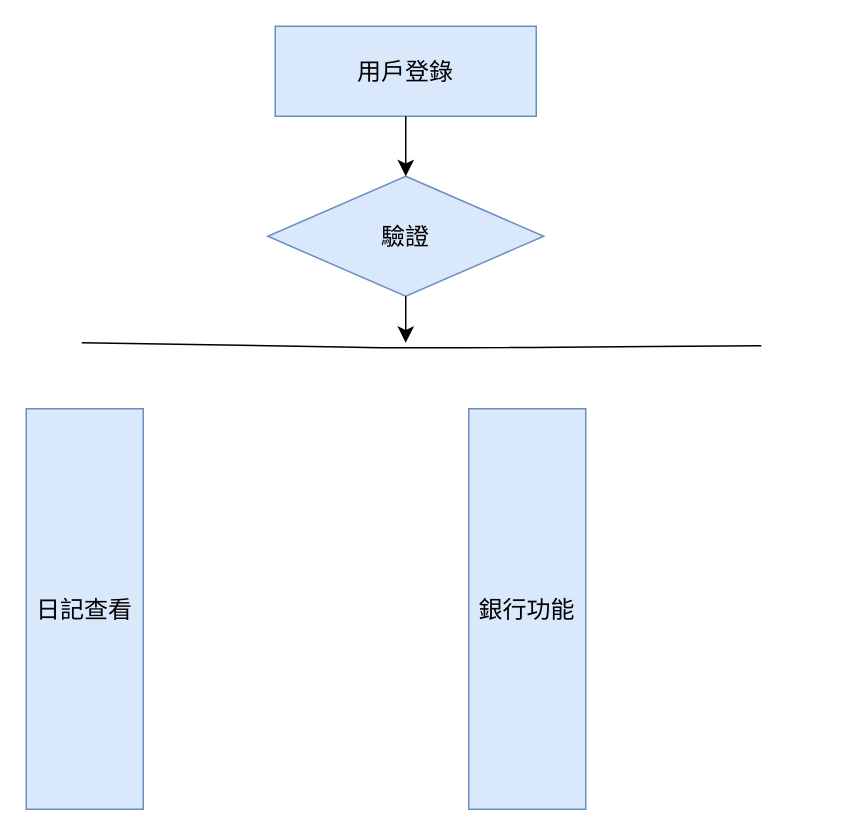
Earlier version of the draw.io diagram 未命名绘图.drawio (s48910649s/11024226-11024231-Final_report). Source tidied: cells renumbered, new cells numbered last; positions are measured from the earlier drawing's top-left corner, leaving out a move shared by most shapes. Both pictures are drawn from the tidied source at 150%, with x=0, y=0 at pixel (26, 26).
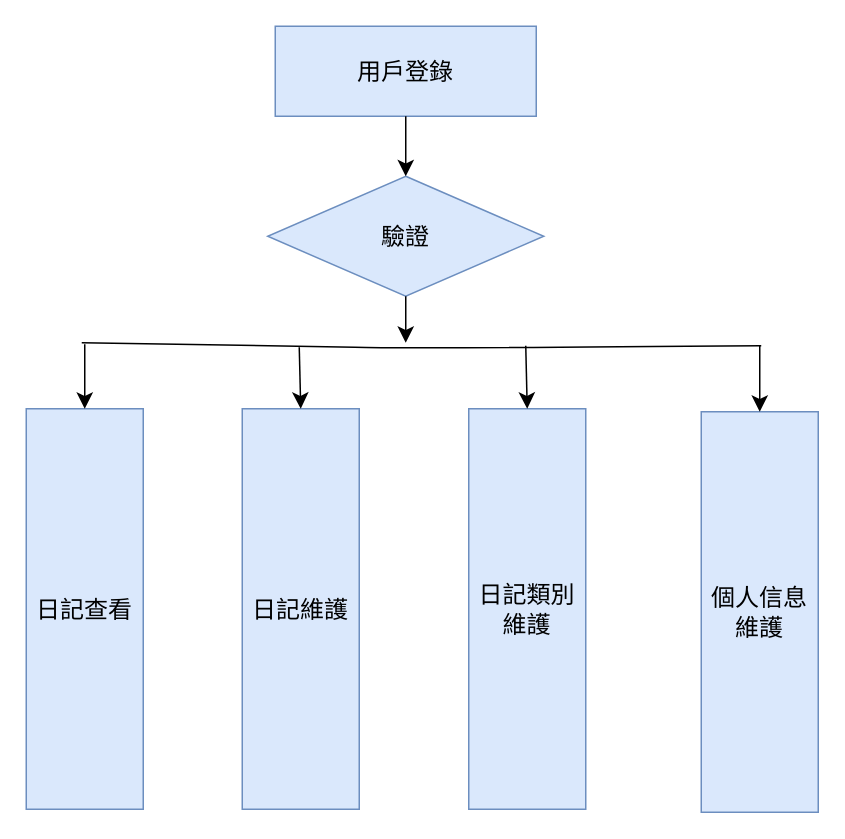
The same page after the edit.

Commit message (it also covers changes not shown here):
Update 未命名绘图.drawio

Unchanged cells that the change refers to:
```xml
<mxCell id="2" value="用戶登錄" style="rounded=0;whiteSpace=wrap;html=1;fontSize=16;fillColor=#dae8fc;strokeColor=#6c8ebf;" parent="1" vertex="1">
  <mxGeometry x="166" width="174" height="60" as="geometry" />
</mxCell>
<mxCell id="3" value="驗證" style="rhombus;whiteSpace=wrap;html=1;fontSize=16;fillColor=#dae8fc;strokeColor=#6c8ebf;" parent="1" vertex="1">
  <mxGeometry x="161" y="100" width="184" height="80" as="geometry" />
</mxCell>
```

The edit, as a diff of the source:
```diff
@@
-    <mxCell id="4" value="日記查看" style="rounded=0;whiteSpace=wrap;html=1;fontSize=16;align=center;verticalAlign=middle;horizontal=1;labelPosition=center;verticalLabelPosition=middle;textDirection=ltr;fillColor=#dae8fc;strokeColor=#6c8ebf;" parent="1" vertex="1">
+    <mxCell id="4" value="&lt;div style=&quot;&quot;&gt;日記查看&lt;/div&gt;" style="rounded=0;whiteSpace=wrap;html=1;fontSize=16;align=center;verticalAlign=middle;horizontal=1;labelPosition=center;verticalLabelPosition=middle;textDirection=ltr;fillColor=#dae8fc;strokeColor=#6c8ebf;" parent="1" vertex="1">
       <mxGeometry y="255" width="78" height="267" as="geometry" />
     </mxCell>
-    <mxCell id="5" value="銀行功能" style="rounded=0;whiteSpace=wrap;html=1;fontSize=16;align=center;verticalAlign=middle;horizontal=1;labelPosition=center;verticalLabelPosition=middle;textDirection=ltr;fillColor=#dae8fc;strokeColor=#6c8ebf;" parent="1" vertex="1">
-      <mxGeometry x="295" y="255" width="78" height="267" as="geometry" />
-    </mxCell>
-    <mxCell id="6" style="endArrow=classic;html=1;rounded=0;fontSize=12;startSize=8;endSize=8;curved=1;exitX=0.5;exitY=1;exitDx=0;exitDy=0;entryX=0.5;entryY=0;entryDx=0;entryDy=0;" parent="1" edge="1" source="2" target="3">
-      <mxGeometry relative="1" as="geometry" />
-    </mxCell>
-    <mxCell id="7" style="endArrow=classic;html=1;rounded=0;fontSize=12;startSize=8;endSize=8;curved=1;exitX=0.5;exitY=1;exitDx=0;exitDy=0;" parent="1" edge="1" source="3">
-      <mxGeometry relative="1" as="geometry">
-        <mxPoint x="253" y="211" as="targetPoint" />
-      </mxGeometry>
+    <mxCell id="7" value="&lt;div style=&quot;&quot;&gt;日記維護&lt;/div&gt;" style="rounded=0;whiteSpace=wrap;html=1;fontSize=16;align=center;verticalAlign=middle;horizontal=1;labelPosition=center;verticalLabelPosition=middle;textDirection=ltr;fillColor=#dae8fc;strokeColor=#6c8ebf;" parent="1" vertex="1">
+      <mxGeometry x="144" y="255" width="78" height="267" as="geometry" />
     </mxCell>
-    <mxCell id="8" style="endArrow=none;html=1;rounded=0;fontSize=12;startSize=8;endSize=8;curved=1;" parent="1" edge="1">
-      <mxGeometry relative="1" as="geometry">
-        <mxPoint x="37" y="211" as="sourcePoint" />
-        <mxPoint x="490" y="213" as="targetPoint" />
-        <Array as="points">
-          <mxPoint x="182" y="213" />
-          <mxPoint x="256" y="215" />
-        </Array>
-      </mxGeometry>
+    <mxCell id="8" value="&lt;div style=&quot;&quot;&gt;日記類別維護&lt;/div&gt;" style="rounded=0;whiteSpace=wrap;html=1;fontSize=16;align=center;verticalAlign=middle;horizontal=1;labelPosition=center;verticalLabelPosition=middle;textDirection=ltr;fillColor=#dae8fc;strokeColor=#6c8ebf;" parent="1" vertex="1">
+      <mxGeometry x="295" y="255" width="78" height="267" as="geometry" />
     </mxCell>
+    <mxCell id="9" value="&lt;div style=&quot;&quot;&gt;個人信息維護&lt;/div&gt;" style="rounded=0;whiteSpace=wrap;html=1;fontSize=16;align=center;verticalAlign=middle;horizontal=1;labelPosition=center;verticalLabelPosition=middle;textDirection=ltr;fillColor=#dae8fc;strokeColor=#6c8ebf;" parent="1" vertex="1">
+      <mxGeometry x="450" y="257" width="78" height="267" as="geometry" />
+    </mxCell>
+    <mxCell id="6" style="endArrow=classic;html=1;rounded=0;fontSize=12;startSize=8;endSize=8;curved=1;exitX=0.5;exitY=1;exitDx=0;exitDy=0;entryX=0.5;entryY=0;entryDx=0;entryDy=0;" parent="1" edge="1" source="2" target="3">
+      <mxGeometry relative="1" as="geometry" />
+    </mxCell>
+    <mxCell id="10" style="endArrow=classic;html=1;rounded=0;fontSize=12;startSize=8;endSize=8;curved=1;exitX=0.5;exitY=1;exitDx=0;exitDy=0;" parent="1" edge="1" source="3">
+      <mxGeometry relative="1" as="geometry">
+        <mxPoint x="253" y="211" as="targetPoint" />
+      </mxGeometry>
+    </mxCell>
+    <mxCell id="11" style="endArrow=none;html=1;rounded=0;fontSize=12;startSize=8;endSize=8;curved=1;" parent="1" edge="1">
+      <mxGeometry relative="1" as="geometry">
+        <mxPoint x="37" y="211" as="sourcePoint" />
+        <mxPoint x="490" y="213" as="targetPoint" />
+        <Array as="points">
+          <mxPoint x="182" y="213" />
+          <mxPoint x="256" y="215" />
+        </Array>
+      </mxGeometry>
+    </mxCell>
+    <mxCell id="12" style="endArrow=classic;html=1;rounded=0;fontSize=12;startSize=8;endSize=8;curved=1;entryX=0.5;entryY=0;entryDx=0;entryDy=0;" parent="1" edge="1" target="4">
+      <mxGeometry relative="1" as="geometry">
+        <mxPoint x="39" y="212" as="sourcePoint" />
+      </mxGeometry>
+    </mxCell>
+    <mxCell id="13" style="endArrow=classic;html=1;rounded=0;fontSize=12;startSize=8;endSize=8;curved=1;entryX=0.5;entryY=0;entryDx=0;entryDy=0;" parent="1" edge="1" target="7">
+      <mxGeometry relative="1" as="geometry">
+        <mxPoint x="182" y="214" as="sourcePoint" />
+      </mxGeometry>
+    </mxCell>
+    <mxCell id="14" style="endArrow=classic;html=1;rounded=0;fontSize=12;startSize=8;endSize=8;curved=1;entryX=0.5;entryY=0;entryDx=0;entryDy=0;" parent="1" edge="1" target="8">
+      <mxGeometry relative="1" as="geometry">
+        <mxPoint x="333" y="213" as="sourcePoint" />
+      </mxGeometry>
+    </mxCell>
+    <mxCell id="15" style="endArrow=classic;html=1;rounded=0;fontSize=12;startSize=8;endSize=8;curved=1;entryX=0.5;entryY=0;entryDx=0;entryDy=0;" parent="1" edge="1" target="9">
+      <mxGeometry relative="1" as="geometry">
+        <mxPoint x="489" y="213" as="sourcePoint" />
+      </mxGeometry>
+    </mxCell>
```
